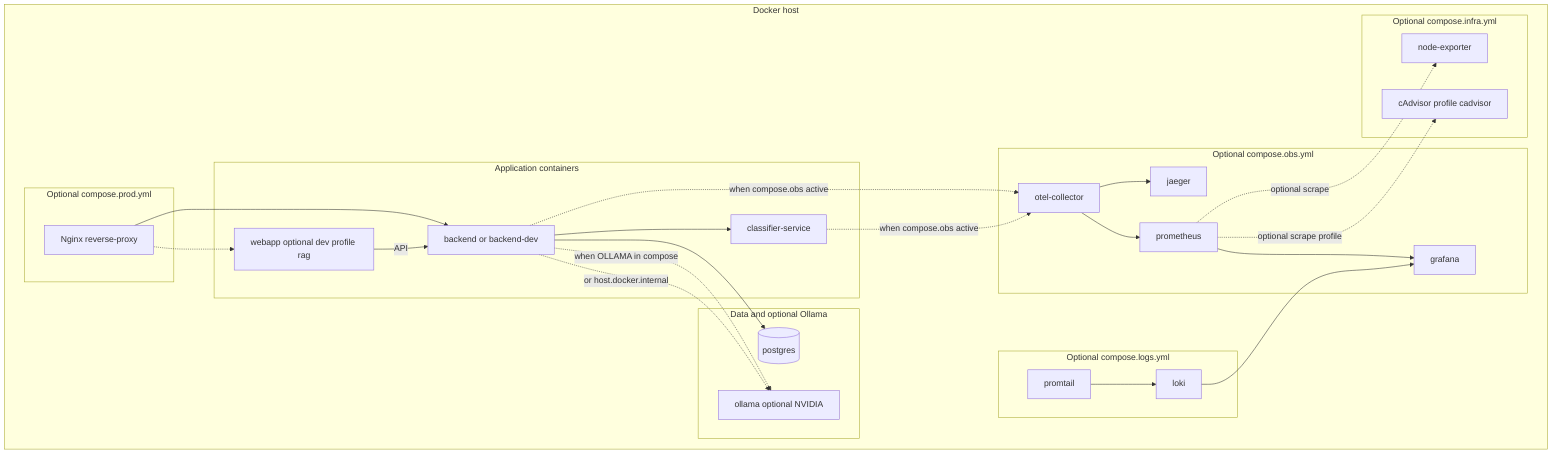
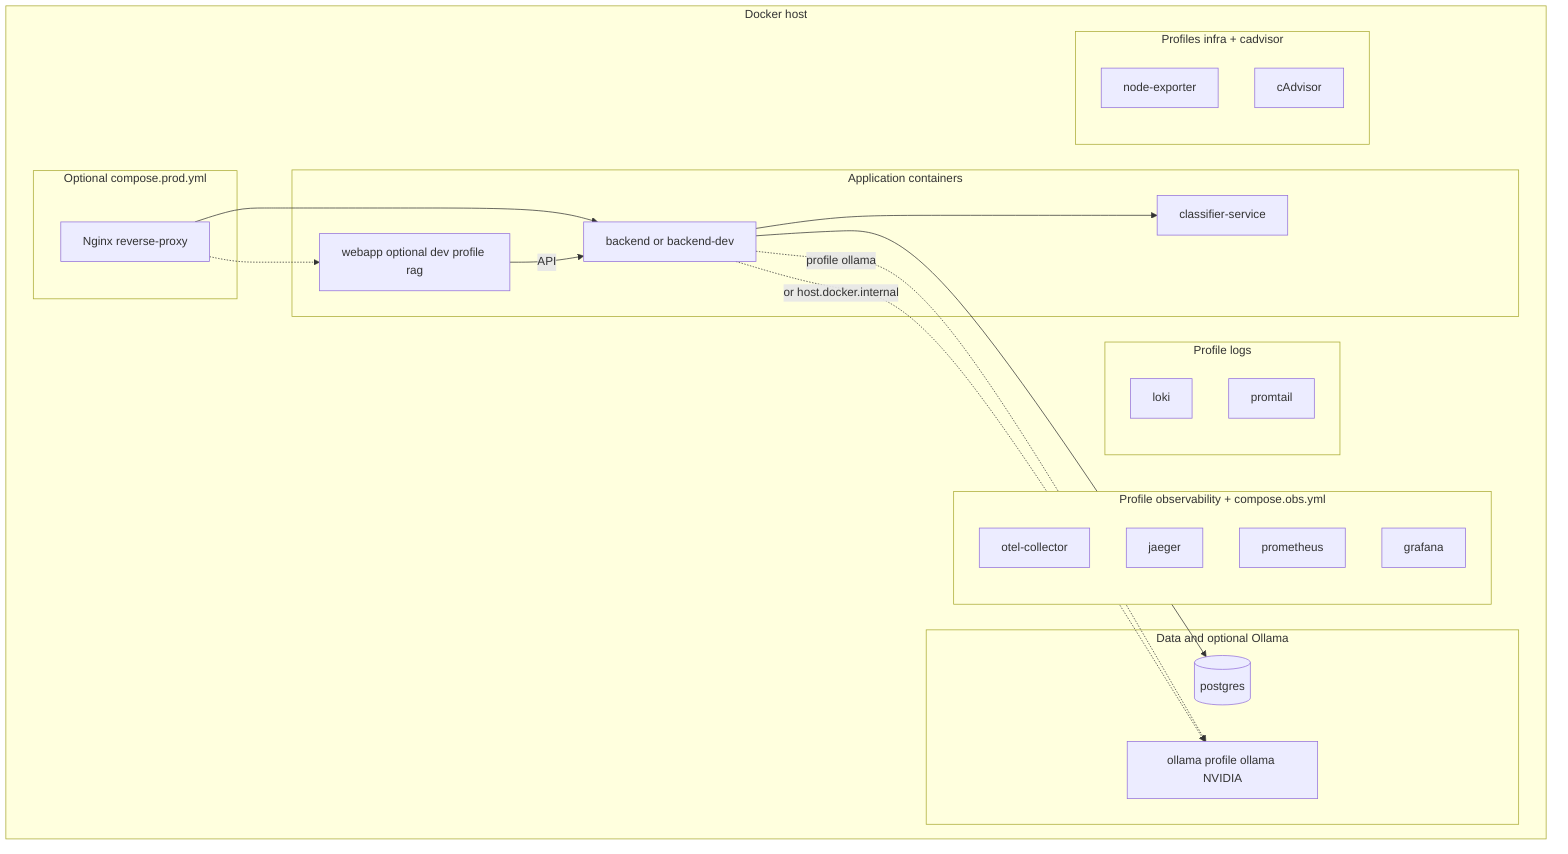
- %% Illustrative full stack when base + observability + logs + infra + optional Ollama are merged
- %% Not all edges exist in minimal compose — optional links shown dashed where applicable
- %% Operational truth: docker/README.md docker/scripts/README.md
+ %% Illustrative stack: profiles observability, logs, infra, ollama in docker-compose.yml
flowchart TB
  subgraph host [Docker host]
    subgraph optional_edge [Optional compose.prod.yml]
      Nginx[Nginx reverse-proxy]
    end

    subgraph app_tier [Application containers]
      BE[backend or backend-dev]
      CLF[classifier-service]
      FE[webapp optional dev profile rag]
    end

    subgraph data_tier [Data and optional Ollama]
      PG[("postgres")]
-       OLL[ollama optional NVIDIA]
+       OLL[ollama profile ollama NVIDIA]
    end

-     subgraph obs_tier [Optional compose.obs.yml]
+     subgraph obs_tier [Profile observability + compose.obs.yml]
      OTC[otel-collector]
      JGR[jaeger]
      PRM[prometheus]
      GRF[grafana]
    end

-     subgraph logs_tier [Optional compose.logs.yml]
+     subgraph logs_tier [Profile logs]
      LOK[loki]
      PRT[promtail]
    end

-     subgraph infra_tier [Optional compose.infra.yml]
+     subgraph infra_tier [Profiles infra + cadvisor]
      NODE[node-exporter]
-       CAD[cAdvisor profile cadvisor]
+       CAD[cAdvisor]
    end
  end

  Nginx --> BE
  Nginx -.-> FE
  FE -->|API| BE
  BE --> PG
  BE --> CLF
-   BE -.->|when OLLAMA in compose| OLL
+   BE -.->|profile ollama| OLL
  BE -.->|or host.docker.internal| OLL
-   BE -.->|when compose.obs active| OTC
-   CLF -.->|when compose.obs active| OTC
-   OTC --> JGR
-   OTC --> PRM
-   PRM --> GRF
-   PRT --> LOK
-   LOK --> GRF
-   PRM -.->|optional scrape| NODE
-   PRM -.->|optional scrape profile| CAD
